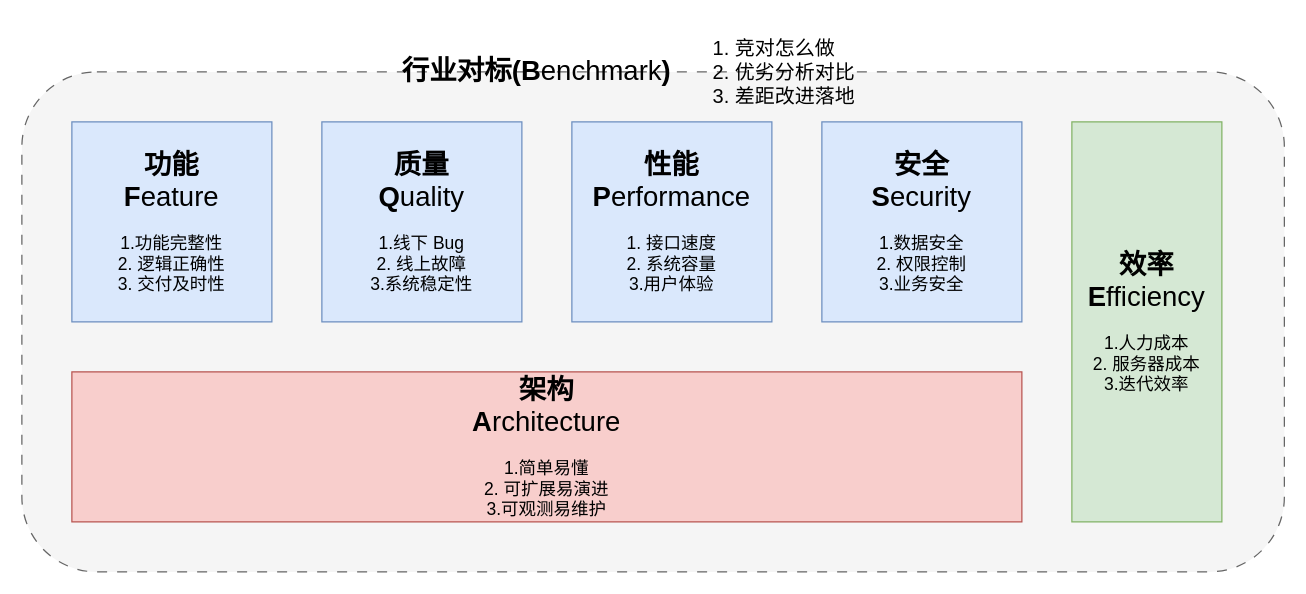
This is draw/BeafQPS.drawio from duanglabs/resources, a draw.io file, before an edit. Source tidied: cells renumbered, new cells numbered last; positions are measured from the earlier drawing's top-left corner, leaving out a move shared by most shapes. Both pictures are drawn from the tidied source at 125%, with x=0, y=0 at pixel (21, 21).
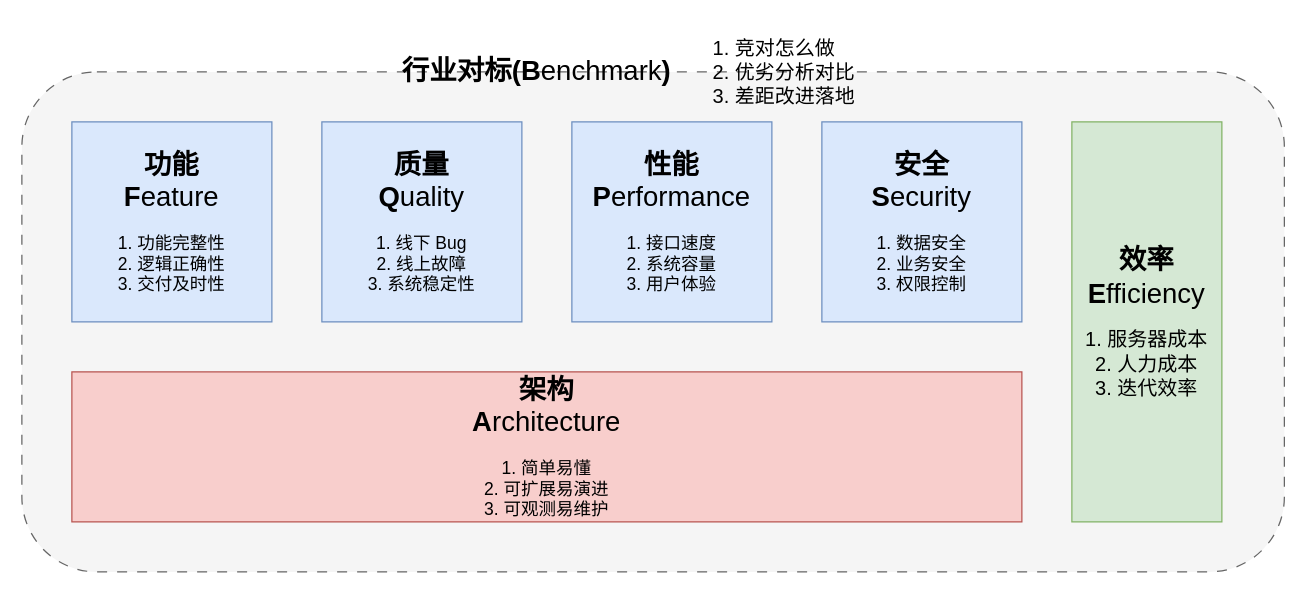
The same page after the edit.

The edit, as a diff of the source:
```diff
@@
 <mxGraphModel>
   <root>
     <mxCell id="0" />
     <mxCell id="1" parent="0" />
     <mxCell id="2" style="rounded=1;whiteSpace=wrap;html=1;dashed=1;dashPattern=8 8;fillColor=#f5f5f5;fontColor=#333333;strokeColor=#666666;" parent="1" vertex="1">
       <mxGeometry y="40" width="1010" height="400" as="geometry" />
     </mxCell>
-    <mxCell id="3" value="&lt;b style=&quot;font-size: 22px;&quot;&gt;功能&lt;br&gt;F&lt;/b&gt;&lt;span style=&quot;font-size: 22px;&quot;&gt;eature&lt;br&gt;&lt;/span&gt;&lt;br&gt;&lt;div style=&quot;font-size: 14px;&quot;&gt;&lt;font style=&quot;font-size: 14px;&quot;&gt;&lt;span style=&quot;background-color: initial;&quot;&gt;1.&lt;/span&gt;&lt;span style=&quot;background-color: initial;&quot;&gt;功能完整性&lt;/span&gt;&lt;/font&gt;&lt;/div&gt;&lt;div style=&quot;font-size: 14px;&quot;&gt;&lt;span style=&quot;background-color: initial;&quot;&gt;&lt;font style=&quot;font-size: 14px;&quot;&gt;2. 逻辑正确性&lt;/font&gt;&lt;/span&gt;&lt;/div&gt;&lt;div style=&quot;font-size: 14px;&quot;&gt;&lt;span style=&quot;background-color: initial;&quot;&gt;&lt;font style=&quot;font-size: 14px;&quot;&gt;3. 交付及时性&lt;/font&gt;&lt;/span&gt;&lt;/div&gt;" style="rounded=0;whiteSpace=wrap;html=1;fillColor=#dae8fc;strokeColor=#6c8ebf;" parent="1" vertex="1">
+    <mxCell id="3" value="&lt;b style=&quot;font-size: 22px;&quot;&gt;功能&lt;br&gt;F&lt;/b&gt;&lt;span style=&quot;font-size: 22px;&quot;&gt;eature&lt;br&gt;&lt;/span&gt;&lt;br&gt;&lt;div style=&quot;font-size: 14px;&quot;&gt;&lt;font style=&quot;font-size: 14px;&quot;&gt;&lt;span style=&quot;background-color: initial;&quot;&gt;1.&amp;nbsp;&lt;/span&gt;&lt;span style=&quot;background-color: initial;&quot;&gt;功能完整性&lt;/span&gt;&lt;/font&gt;&lt;/div&gt;&lt;div style=&quot;font-size: 14px;&quot;&gt;&lt;span style=&quot;background-color: initial;&quot;&gt;&lt;font style=&quot;font-size: 14px;&quot;&gt;2. 逻辑正确性&lt;/font&gt;&lt;/span&gt;&lt;/div&gt;&lt;div style=&quot;font-size: 14px;&quot;&gt;&lt;span style=&quot;background-color: initial;&quot;&gt;&lt;font style=&quot;font-size: 14px;&quot;&gt;3. 交付及时性&lt;/font&gt;&lt;/span&gt;&lt;/div&gt;" style="rounded=0;whiteSpace=wrap;html=1;fillColor=#dae8fc;strokeColor=#6c8ebf;align=center;" parent="1" vertex="1">
       <mxGeometry x="40" y="80" width="160" height="160" as="geometry" />
     </mxCell>
-    <mxCell id="4" value="&lt;b style=&quot;border-color: var(--border-color); font-size: 22px;&quot;&gt;质量&lt;br style=&quot;border-color: var(--border-color);&quot;&gt;&lt;/b&gt;&lt;span style=&quot;font-size: 22px;&quot;&gt;&lt;b&gt;Q&lt;/b&gt;uality&lt;/span&gt;&lt;br style=&quot;border-color: var(--border-color);&quot;&gt;&lt;br style=&quot;border-color: var(--border-color);&quot;&gt;&lt;div style=&quot;border-color: var(--border-color); font-size: 14px;&quot;&gt;&lt;font style=&quot;border-color: var(--border-color);&quot;&gt;&lt;span style=&quot;border-color: var(--border-color); background-color: initial;&quot;&gt;1.线下 Bug&lt;/span&gt;&lt;/font&gt;&lt;/div&gt;&lt;div style=&quot;border-color: var(--border-color); font-size: 14px;&quot;&gt;&lt;span style=&quot;border-color: var(--border-color); background-color: initial;&quot;&gt;2. 线上故障&lt;/span&gt;&lt;/div&gt;&lt;div style=&quot;border-color: var(--border-color); font-size: 14px;&quot;&gt;&lt;span style=&quot;border-color: var(--border-color); background-color: initial;&quot;&gt;3.系统稳定性&lt;/span&gt;&lt;/div&gt;" style="rounded=0;whiteSpace=wrap;html=1;fillColor=#dae8fc;strokeColor=#6c8ebf;" parent="1" vertex="1">
+    <mxCell id="4" value="&lt;b style=&quot;border-color: var(--border-color); font-size: 22px;&quot;&gt;质量&lt;br style=&quot;border-color: var(--border-color);&quot;&gt;&lt;/b&gt;&lt;span style=&quot;font-size: 22px;&quot;&gt;&lt;b&gt;Q&lt;/b&gt;uality&lt;/span&gt;&lt;br style=&quot;border-color: var(--border-color);&quot;&gt;&lt;br style=&quot;border-color: var(--border-color);&quot;&gt;&lt;div style=&quot;border-color: var(--border-color); font-size: 14px;&quot;&gt;&lt;font style=&quot;border-color: var(--border-color);&quot;&gt;&lt;span style=&quot;border-color: var(--border-color); background-color: initial;&quot;&gt;1. 线下 Bug&lt;/span&gt;&lt;/font&gt;&lt;/div&gt;&lt;div style=&quot;border-color: var(--border-color); font-size: 14px;&quot;&gt;&lt;span style=&quot;border-color: var(--border-color); background-color: initial;&quot;&gt;2. 线上故障&lt;/span&gt;&lt;/div&gt;&lt;div style=&quot;border-color: var(--border-color); font-size: 14px;&quot;&gt;&lt;span style=&quot;border-color: var(--border-color); background-color: initial;&quot;&gt;3. 系统稳定性&lt;/span&gt;&lt;/div&gt;" style="rounded=0;whiteSpace=wrap;html=1;fillColor=#dae8fc;strokeColor=#6c8ebf;align=center;" parent="1" vertex="1">
       <mxGeometry x="240" y="80" width="160" height="160" as="geometry" />
     </mxCell>
-    <mxCell id="5" value="&lt;b style=&quot;border-color: var(--border-color); font-size: 22px;&quot;&gt;性能&lt;br style=&quot;border-color: var(--border-color);&quot;&gt;&lt;/b&gt;&lt;font style=&quot;font-size: 22px;&quot;&gt;&lt;b&gt;P&lt;/b&gt;erformance&lt;/font&gt;&lt;br style=&quot;border-color: var(--border-color);&quot;&gt;&lt;br style=&quot;border-color: var(--border-color);&quot;&gt;&lt;div style=&quot;border-color: var(--border-color); font-size: 14px;&quot;&gt;&lt;font style=&quot;border-color: var(--border-color);&quot;&gt;1. 接口速度&lt;/font&gt;&lt;/div&gt;&lt;div style=&quot;border-color: var(--border-color); font-size: 14px;&quot;&gt;&lt;span style=&quot;border-color: var(--border-color); background-color: initial;&quot;&gt;2. 系统容量&lt;/span&gt;&lt;/div&gt;&lt;div style=&quot;border-color: var(--border-color); font-size: 14px;&quot;&gt;&lt;span style=&quot;border-color: var(--border-color); background-color: initial;&quot;&gt;3.用户体验&lt;/span&gt;&lt;/div&gt;" style="rounded=0;whiteSpace=wrap;html=1;fillColor=#dae8fc;strokeColor=#6c8ebf;" parent="1" vertex="1">
+    <mxCell id="5" value="&lt;b style=&quot;border-color: var(--border-color); font-size: 22px;&quot;&gt;性能&lt;br style=&quot;border-color: var(--border-color);&quot;&gt;&lt;/b&gt;&lt;font style=&quot;&quot;&gt;&lt;b style=&quot;font-size: 22px;&quot;&gt;P&lt;/b&gt;&lt;font style=&quot;font-size: 22px;&quot;&gt;erformance&lt;/font&gt;&lt;/font&gt;&lt;br style=&quot;border-color: var(--border-color);&quot;&gt;&lt;br style=&quot;border-color: var(--border-color);&quot;&gt;&lt;div style=&quot;border-color: var(--border-color); font-size: 14px;&quot;&gt;&lt;font style=&quot;border-color: var(--border-color);&quot;&gt;1. 接口速度&lt;/font&gt;&lt;/div&gt;&lt;div style=&quot;border-color: var(--border-color); font-size: 14px;&quot;&gt;&lt;span style=&quot;border-color: var(--border-color); background-color: initial;&quot;&gt;2. 系统容量&lt;/span&gt;&lt;/div&gt;&lt;div style=&quot;border-color: var(--border-color); font-size: 14px;&quot;&gt;&lt;span style=&quot;border-color: var(--border-color); background-color: initial;&quot;&gt;3. 用户体验&lt;/span&gt;&lt;/div&gt;" style="rounded=0;whiteSpace=wrap;html=1;fillColor=#dae8fc;strokeColor=#6c8ebf;" parent="1" vertex="1">
       <mxGeometry x="440" y="80" width="160" height="160" as="geometry" />
     </mxCell>
-    <mxCell id="6" value="&lt;b style=&quot;border-color: var(--border-color); font-size: 22px;&quot;&gt;安全&lt;br style=&quot;border-color: var(--border-color);&quot;&gt;&lt;/b&gt;&lt;font style=&quot;font-size: 22px;&quot;&gt;&lt;b&gt;S&lt;/b&gt;ecurity&lt;/font&gt;&lt;br style=&quot;border-color: var(--border-color);&quot;&gt;&lt;br style=&quot;border-color: var(--border-color);&quot;&gt;&lt;div style=&quot;border-color: var(--border-color); font-size: 14px;&quot;&gt;&lt;font style=&quot;border-color: var(--border-color);&quot;&gt;1.数据安全&lt;/font&gt;&lt;/div&gt;&lt;div style=&quot;border-color: var(--border-color); font-size: 14px;&quot;&gt;&lt;span style=&quot;border-color: var(--border-color); background-color: initial;&quot;&gt;2. 权限控制&lt;/span&gt;&lt;/div&gt;&lt;div style=&quot;border-color: var(--border-color); font-size: 14px;&quot;&gt;&lt;span style=&quot;border-color: var(--border-color); background-color: initial;&quot;&gt;3.业务安全&lt;/span&gt;&lt;/div&gt;" style="rounded=0;whiteSpace=wrap;html=1;fillColor=#dae8fc;strokeColor=#6c8ebf;" parent="1" vertex="1">
+    <mxCell id="6" value="&lt;b style=&quot;border-color: var(--border-color); font-size: 22px;&quot;&gt;安全&lt;br style=&quot;border-color: var(--border-color);&quot;&gt;&lt;/b&gt;&lt;font style=&quot;font-size: 22px;&quot;&gt;&lt;b&gt;S&lt;/b&gt;ecurity&lt;/font&gt;&lt;br style=&quot;border-color: var(--border-color);&quot;&gt;&lt;br style=&quot;border-color: var(--border-color);&quot;&gt;&lt;div style=&quot;border-color: var(--border-color); font-size: 14px;&quot;&gt;&lt;font style=&quot;border-color: var(--border-color);&quot;&gt;1. 数据安全&lt;/font&gt;&lt;/div&gt;&lt;div style=&quot;border-color: var(--border-color); font-size: 14px;&quot;&gt;&lt;span style=&quot;border-color: var(--border-color); background-color: initial;&quot;&gt;2. 业务安全&lt;/span&gt;&lt;/div&gt;&lt;div style=&quot;border-color: var(--border-color); font-size: 14px;&quot;&gt;&lt;span style=&quot;border-color: var(--border-color); background-color: initial;&quot;&gt;3. 权限控制&lt;br&gt;&lt;/span&gt;&lt;/div&gt;" style="rounded=0;whiteSpace=wrap;html=1;fillColor=#dae8fc;strokeColor=#6c8ebf;" parent="1" vertex="1">
       <mxGeometry x="640" y="80" width="160" height="160" as="geometry" />
     </mxCell>
-    <mxCell id="7" value="&lt;b style=&quot;border-color: var(--border-color); font-size: 22px;&quot;&gt;架构&lt;br style=&quot;border-color: var(--border-color);&quot;&gt;&lt;/b&gt;&lt;font style=&quot;font-size: 22px;&quot;&gt;&lt;b&gt;A&lt;/b&gt;rchitecture&lt;/font&gt;&lt;br style=&quot;border-color: var(--border-color);&quot;&gt;&lt;br style=&quot;border-color: var(--border-color);&quot;&gt;&lt;div style=&quot;border-color: var(--border-color); font-size: 14px;&quot;&gt;&lt;font style=&quot;border-color: var(--border-color);&quot;&gt;1.简单易懂&lt;/font&gt;&lt;/div&gt;&lt;div style=&quot;border-color: var(--border-color); font-size: 14px;&quot;&gt;2. 可扩展易演进&lt;/div&gt;&lt;div style=&quot;border-color: var(--border-color); font-size: 14px;&quot;&gt;&lt;span style=&quot;border-color: var(--border-color); background-color: initial;&quot;&gt;3.可观测易维护&lt;/span&gt;&lt;/div&gt;" style="rounded=0;whiteSpace=wrap;html=1;fillColor=#f8cecc;strokeColor=#b85450;" parent="1" vertex="1">
+    <mxCell id="7" value="&lt;b style=&quot;border-color: var(--border-color); font-size: 22px;&quot;&gt;架构&lt;br style=&quot;border-color: var(--border-color);&quot;&gt;&lt;/b&gt;&lt;font style=&quot;font-size: 22px;&quot;&gt;&lt;b&gt;A&lt;/b&gt;rchitecture&lt;/font&gt;&lt;br style=&quot;border-color: var(--border-color);&quot;&gt;&lt;br style=&quot;border-color: var(--border-color);&quot;&gt;&lt;div style=&quot;border-color: var(--border-color); font-size: 14px;&quot;&gt;&lt;font style=&quot;border-color: var(--border-color);&quot;&gt;1. 简单易懂&lt;/font&gt;&lt;/div&gt;&lt;div style=&quot;border-color: var(--border-color); font-size: 14px;&quot;&gt;2. 可扩展易演进&lt;/div&gt;&lt;div style=&quot;border-color: var(--border-color); font-size: 14px;&quot;&gt;&lt;span style=&quot;border-color: var(--border-color); background-color: initial;&quot;&gt;3. 可观测易维护&lt;/span&gt;&lt;/div&gt;" style="rounded=0;whiteSpace=wrap;html=1;fillColor=#f8cecc;strokeColor=#b85450;align=center;" parent="1" vertex="1">
       <mxGeometry x="40" y="280" width="760" height="120" as="geometry" />
     </mxCell>
-    <mxCell id="8" value="&lt;b style=&quot;border-color: var(--border-color); font-size: 22px;&quot;&gt;效率&lt;br style=&quot;border-color: var(--border-color);&quot;&gt;&lt;/b&gt;&lt;span style=&quot;font-size: 22px;&quot;&gt;&lt;b&gt;E&lt;/b&gt;fficiency&lt;/span&gt;&lt;br style=&quot;border-color: var(--border-color);&quot;&gt;&lt;br style=&quot;border-color: var(--border-color);&quot;&gt;&lt;div style=&quot;border-color: var(--border-color); font-size: 14px;&quot;&gt;&lt;font style=&quot;border-color: var(--border-color);&quot;&gt;1.人力成本&lt;/font&gt;&lt;/div&gt;&lt;div style=&quot;border-color: var(--border-color); font-size: 14px;&quot;&gt;2. 服务器成本&lt;/div&gt;&lt;div style=&quot;border-color: var(--border-color); font-size: 14px;&quot;&gt;&lt;span style=&quot;border-color: var(--border-color); background-color: initial;&quot;&gt;3.迭代效率&lt;/span&gt;&lt;/div&gt;" style="rounded=0;whiteSpace=wrap;html=1;fillColor=#d5e8d4;strokeColor=#82b366;" parent="1" vertex="1">
+    <mxCell id="8" value="&lt;b style=&quot;border-color: var(--border-color); font-size: 22px;&quot;&gt;效率&lt;br style=&quot;border-color: var(--border-color);&quot;&gt;&lt;/b&gt;&lt;span style=&quot;font-size: 22px;&quot;&gt;&lt;b&gt;E&lt;/b&gt;fficiency&lt;/span&gt;&lt;br style=&quot;border-color: var(--border-color);&quot;&gt;&lt;br&gt;&lt;font style=&quot;font-size: 16px;&quot;&gt;1. 服务器成本&lt;/font&gt;&lt;div style=&quot;border-color: var(--border-color); font-size: 16px;&quot;&gt;&lt;font style=&quot;border-color: var(--border-color); font-size: 16px;&quot;&gt;2. 人力成本&lt;/font&gt;&lt;/div&gt;&lt;div style=&quot;border-color: var(--border-color); font-size: 16px;&quot;&gt;&lt;span style=&quot;border-color: var(--border-color); background-color: initial;&quot;&gt;&lt;font style=&quot;font-size: 16px;&quot;&gt;3. 迭代效率&lt;/font&gt;&lt;/span&gt;&lt;/div&gt;" style="rounded=0;whiteSpace=wrap;html=1;fillColor=#d5e8d4;strokeColor=#82b366;align=center;" parent="1" vertex="1">
       <mxGeometry x="840" y="80" width="120" height="320" as="geometry" />
     </mxCell>
     <mxCell id="9" value="&lt;font style=&quot;font-size: 22px;&quot;&gt;&lt;b style=&quot;border-color: var(--border-color);&quot;&gt;行业对标&lt;/b&gt;&lt;b&gt;(&lt;/b&gt;&lt;b style=&quot;border-color: var(--border-color);&quot;&gt;B&lt;/b&gt;&lt;span style=&quot;border-color: var(--border-color);&quot;&gt;enchmark&lt;/span&gt;&lt;b&gt;)&lt;/b&gt;&lt;/font&gt;" style="text;html=1;strokeColor=none;fillColor=none;align=center;verticalAlign=middle;whiteSpace=wrap;rounded=0;" parent="1" vertex="1">
       <mxGeometry x="254" y="20" width="316" height="40" as="geometry" />
     </mxCell>
     <mxCell id="10" value="&lt;div style=&quot;text-align: left; font-size: 16px;&quot;&gt;&lt;span style=&quot;background-color: initial;&quot;&gt;&lt;font style=&quot;font-size: 16px;&quot;&gt;1. 竞对怎么做&lt;/font&gt;&lt;/span&gt;&lt;/div&gt;&lt;div style=&quot;text-align: left; font-size: 16px;&quot;&gt;&lt;span style=&quot;background-color: initial;&quot;&gt;&lt;font style=&quot;font-size: 16px;&quot;&gt;2. 优劣分析对比&lt;/font&gt;&lt;/span&gt;&lt;/div&gt;&lt;div style=&quot;text-align: left; font-size: 16px;&quot;&gt;&lt;span style=&quot;background-color: initial;&quot;&gt;&lt;font style=&quot;font-size: 16px;&quot;&gt;3. 差距改进落地&lt;/font&gt;&lt;/span&gt;&lt;/div&gt;" style="text;html=1;strokeColor=none;fillColor=none;align=center;verticalAlign=middle;whiteSpace=wrap;rounded=0;" parent="1" vertex="1">
       <mxGeometry x="520" width="180" height="80" as="geometry" />
     </mxCell>
   </root>
 </mxGraphModel>
```
